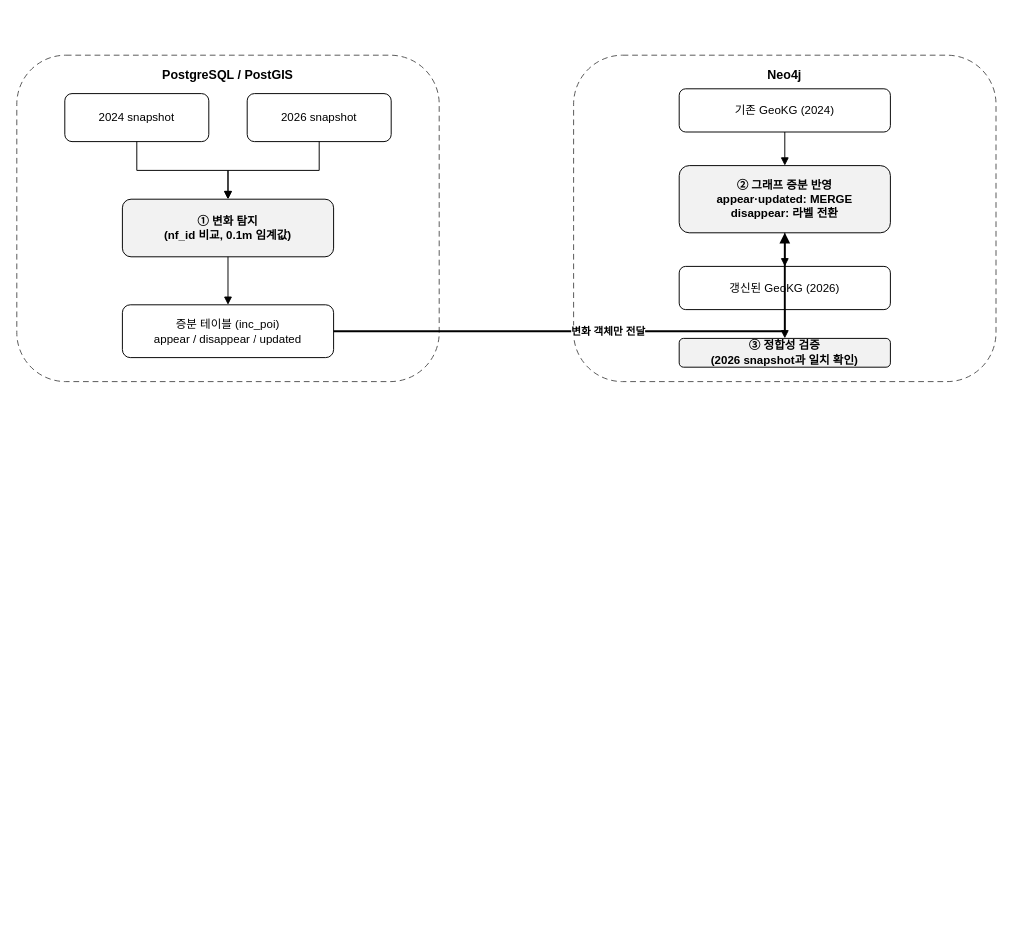
Before: paper/figure1_framework.drawio in AppleMalcom/V-WORLD_poi, a draw.io diagram. Source tidied: cells renumbered, new cells numbered last; positions are measured from the earlier drawing's top-left corner, leaving out a move shared by most shapes. Both pictures are drawn from the tidied source at 96%, with x=0, y=0 at pixel (16, 55).
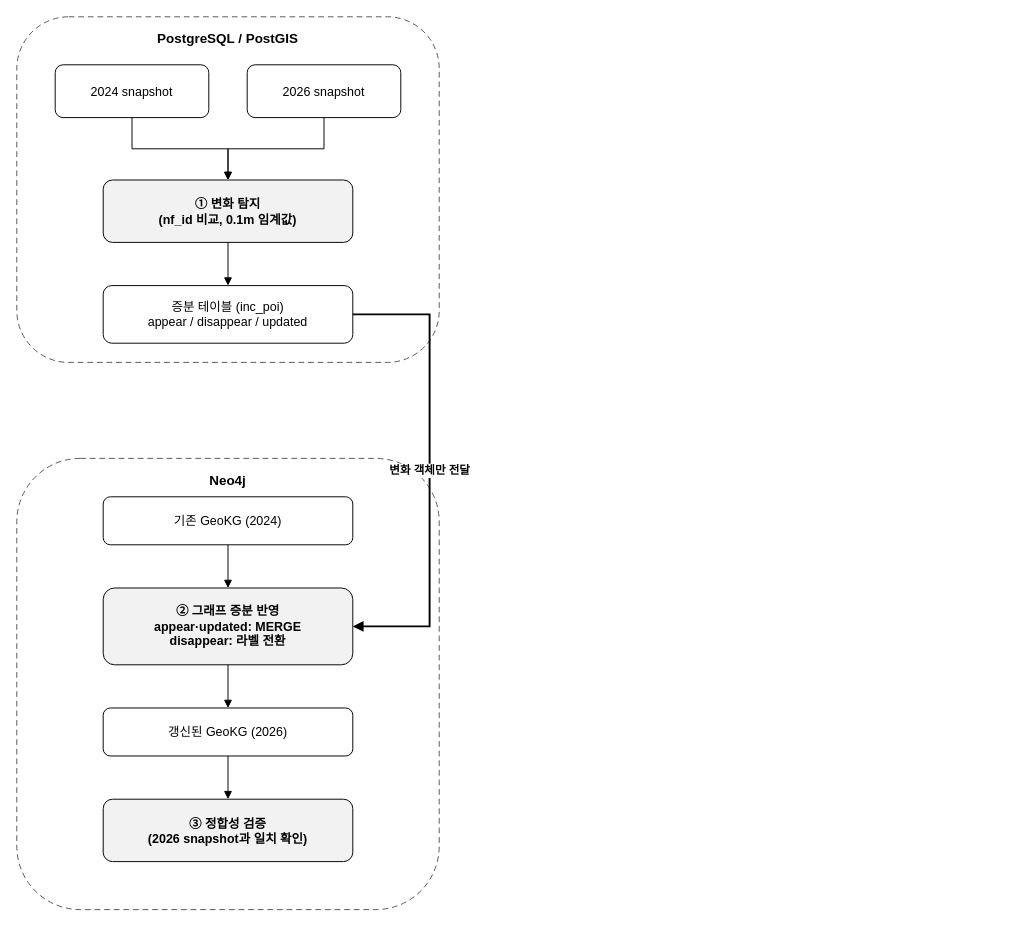
Above is the later version.

Commit message:
Make Figure 1 vertical layout for single-column fit

Diff of the diagram source:
```diff
@@
-    <mxCell id="2" value="PostgreSQL / PostGIS" style="rounded=1;whiteSpace=wrap;html=1;dashed=1;dashPattern=6 4;verticalAlign=top;fontSize=13;fontStyle=1;fillColor=none;strokeColor=#555555;align=center;spacingTop=6;" parent="1" vertex="1">
-      <mxGeometry width="440" height="340" as="geometry" />
+    <mxCell id="2" value="PostgreSQL / PostGIS" style="rounded=1;whiteSpace=wrap;html=1;dashed=1;dashPattern=6 4;verticalAlign=top;fontSize=14;fontStyle=1;fillColor=none;strokeColor=#555555;align=center;spacingTop=8;" parent="1" vertex="1">
+      <mxGeometry y="-40" width="440" height="360" as="geometry" />
     </mxCell>
-    <mxCell id="3" value="2024 snapshot" style="rounded=1;whiteSpace=wrap;html=1;fontSize=12;strokeColor=#000000;fillColor=#FFFFFF;" parent="1" vertex="1">
-      <mxGeometry x="50" y="40" width="150" height="50" as="geometry" />
+    <mxCell id="3" value="2024 snapshot" style="rounded=1;whiteSpace=wrap;html=1;fontSize=13;strokeColor=#000000;fillColor=#FFFFFF;" parent="1" vertex="1">
+      <mxGeometry x="40" y="10" width="160" height="55" as="geometry" />
     </mxCell>
-    <mxCell id="4" value="2026 snapshot" style="rounded=1;whiteSpace=wrap;html=1;fontSize=12;strokeColor=#000000;fillColor=#FFFFFF;" parent="1" vertex="1">
-      <mxGeometry x="240" y="40" width="150" height="50" as="geometry" />
+    <mxCell id="4" value="2026 snapshot" style="rounded=1;whiteSpace=wrap;html=1;fontSize=13;strokeColor=#000000;fillColor=#FFFFFF;" parent="1" vertex="1">
+      <mxGeometry x="240" y="10" width="160" height="55" as="geometry" />
     </mxCell>
-    <mxCell id="5" value="① 변화 탐지&#10;(nf_id 비교, 0.1m 임계값)" style="rounded=1;whiteSpace=wrap;html=1;fontSize=12;fontStyle=1;strokeColor=#000000;fillColor=#F2F2F2;" parent="1" vertex="1">
-      <mxGeometry x="110" y="150" width="220" height="60" as="geometry" />
+    <mxCell id="5" value="① 변화 탐지&#10;(nf_id 비교, 0.1m 임계값)" style="rounded=1;whiteSpace=wrap;html=1;fontSize=13;fontStyle=1;strokeColor=#000000;fillColor=#F2F2F2;" parent="1" vertex="1">
+      <mxGeometry x="90" y="130" width="260" height="65" as="geometry" />
     </mxCell>
-    <mxCell id="6" value="증분 테이블 (inc_poi)&#10;appear / disappear / updated" style="rounded=1;whiteSpace=wrap;html=1;fontSize=12;strokeColor=#000000;fillColor=#FFFFFF;" parent="1" vertex="1">
-      <mxGeometry x="110" y="260" width="220" height="55" as="geometry" />
+    <mxCell id="6" value="증분 테이블 (inc_poi)&#10;appear / disappear / updated" style="rounded=1;whiteSpace=wrap;html=1;fontSize=13;strokeColor=#000000;fillColor=#FFFFFF;" parent="1" vertex="1">
+      <mxGeometry x="90" y="240" width="260" height="60" as="geometry" />
     </mxCell>
-    <mxCell id="7" value="Neo4j" style="rounded=1;whiteSpace=wrap;html=1;dashed=1;dashPattern=6 4;verticalAlign=top;fontSize=13;fontStyle=1;fillColor=none;strokeColor=#555555;align=center;spacingTop=6;" parent="1" vertex="1">
-      <mxGeometry x="580" width="440" height="340" as="geometry" />
+    <mxCell id="7" value="Neo4j" style="rounded=1;whiteSpace=wrap;html=1;dashed=1;dashPattern=6 4;verticalAlign=top;fontSize=14;fontStyle=1;fillColor=none;strokeColor=#555555;align=center;spacingTop=8;" parent="1" vertex="1">
+      <mxGeometry y="420" width="440" height="470" as="geometry" />
     </mxCell>
-    <mxCell id="8" value="기존 GeoKG (2024)" style="rounded=1;whiteSpace=wrap;html=1;fontSize=12;strokeColor=#000000;fillColor=#FFFFFF;" parent="1" vertex="1">
-      <mxGeometry x="690" y="35" width="220" height="45" as="geometry" />
+    <mxCell id="8" value="기존 GeoKG (2024)" style="rounded=1;whiteSpace=wrap;html=1;fontSize=13;strokeColor=#000000;fillColor=#FFFFFF;" parent="1" vertex="1">
+      <mxGeometry x="90" y="460" width="260" height="50" as="geometry" />
     </mxCell>
-    <mxCell id="9" value="② 그래프 증분 반영&#10;appear·updated: MERGE&#10;disappear: 라벨 전환" style="rounded=1;whiteSpace=wrap;html=1;fontSize=12;fontStyle=1;strokeColor=#000000;fillColor=#F2F2F2;" parent="1" vertex="1">
-      <mxGeometry x="690" y="115" width="220" height="70" as="geometry" />
+    <mxCell id="9" value="② 그래프 증분 반영&#10;appear·updated: MERGE&#10;disappear: 라벨 전환" style="rounded=1;whiteSpace=wrap;html=1;fontSize=13;fontStyle=1;strokeColor=#000000;fillColor=#F2F2F2;" parent="1" vertex="1">
+      <mxGeometry x="90" y="555" width="260" height="80" as="geometry" />
     </mxCell>
-    <mxCell id="10" value="갱신된 GeoKG (2026)" style="rounded=1;whiteSpace=wrap;html=1;fontSize=12;strokeColor=#000000;fillColor=#FFFFFF;" parent="1" vertex="1">
-      <mxGeometry x="690" y="220" width="220" height="45" as="geometry" />
+    <mxCell id="10" value="갱신된 GeoKG (2026)" style="rounded=1;whiteSpace=wrap;html=1;fontSize=13;strokeColor=#000000;fillColor=#FFFFFF;" parent="1" vertex="1">
+      <mxGeometry x="90" y="680" width="260" height="50" as="geometry" />
     </mxCell>
-    <mxCell id="11" value="③ 정합성 검증&#10;(2026 snapshot과 일치 확인)" style="rounded=1;whiteSpace=wrap;html=1;fontSize=12;fontStyle=1;strokeColor=#000000;fillColor=#F2F2F2;" parent="1" vertex="1">
-      <mxGeometry x="690" y="295" width="220" height="30" as="geometry" />
+    <mxCell id="11" value="③ 정합성 검증&#10;(2026 snapshot과 일치 확인)" style="rounded=1;whiteSpace=wrap;html=1;fontSize=13;fontStyle=1;strokeColor=#000000;fillColor=#F2F2F2;" parent="1" vertex="1">
+      <mxGeometry x="90" y="775" width="260" height="65" as="geometry" />
     </mxCell>
@@
-    <mxCell id="15" value="변화 객체만 전달" style="edgeStyle=orthogonalEdgeStyle;rounded=0;html=1;endArrow=block;endFill=1;strokeWidth=2;strokeColor=#000000;fontSize=11;fontStyle=1;" parent="1" edge="1" source="6" target="9">
-      <mxGeometry relative="1" as="geometry" />
+    <mxCell id="15" value="변화 객체만 전달" style="edgeStyle=orthogonalEdgeStyle;rounded=0;html=1;endArrow=block;endFill=1;strokeWidth=2;strokeColor=#000000;fontSize=12;fontStyle=1;labelBackgroundColor=#FFFFFF;" parent="1" edge="1" source="6" target="9">
+      <mxGeometry relative="1" as="geometry">
+        <Array as="points">
+          <mxPoint x="430" y="270" />
+          <mxPoint x="430" y="595" />
+        </Array>
+      </mxGeometry>
     </mxCell>
```
